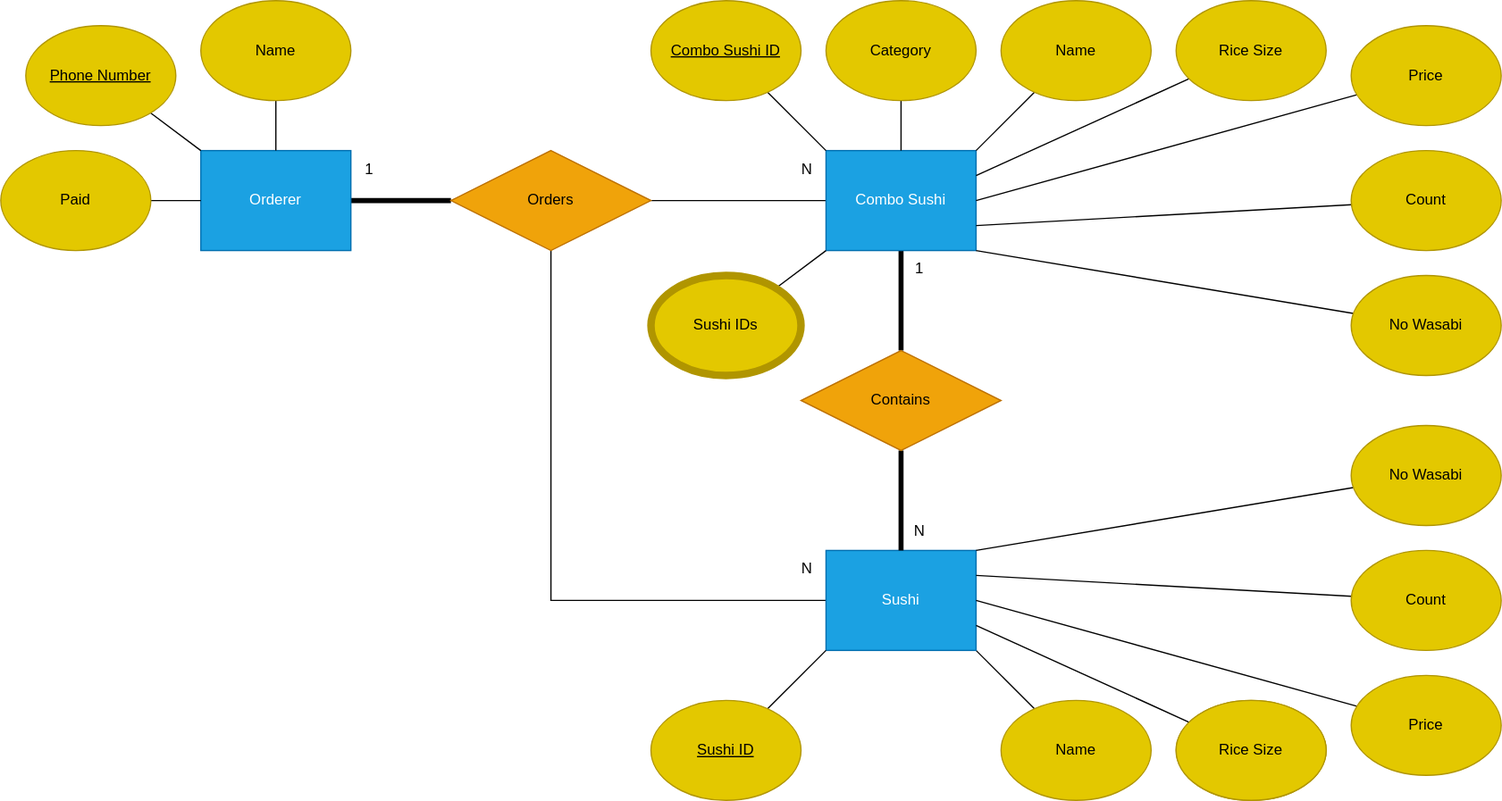
Earlier version of the draw.io export tasks/db_modelling_1/diagram_2.svg (MrSung/praha_challenge). Source tidied: cells renumbered, new cells last; positions are measured from the earlier drawing's top-left corner, leaving out a move shared by most shapes.
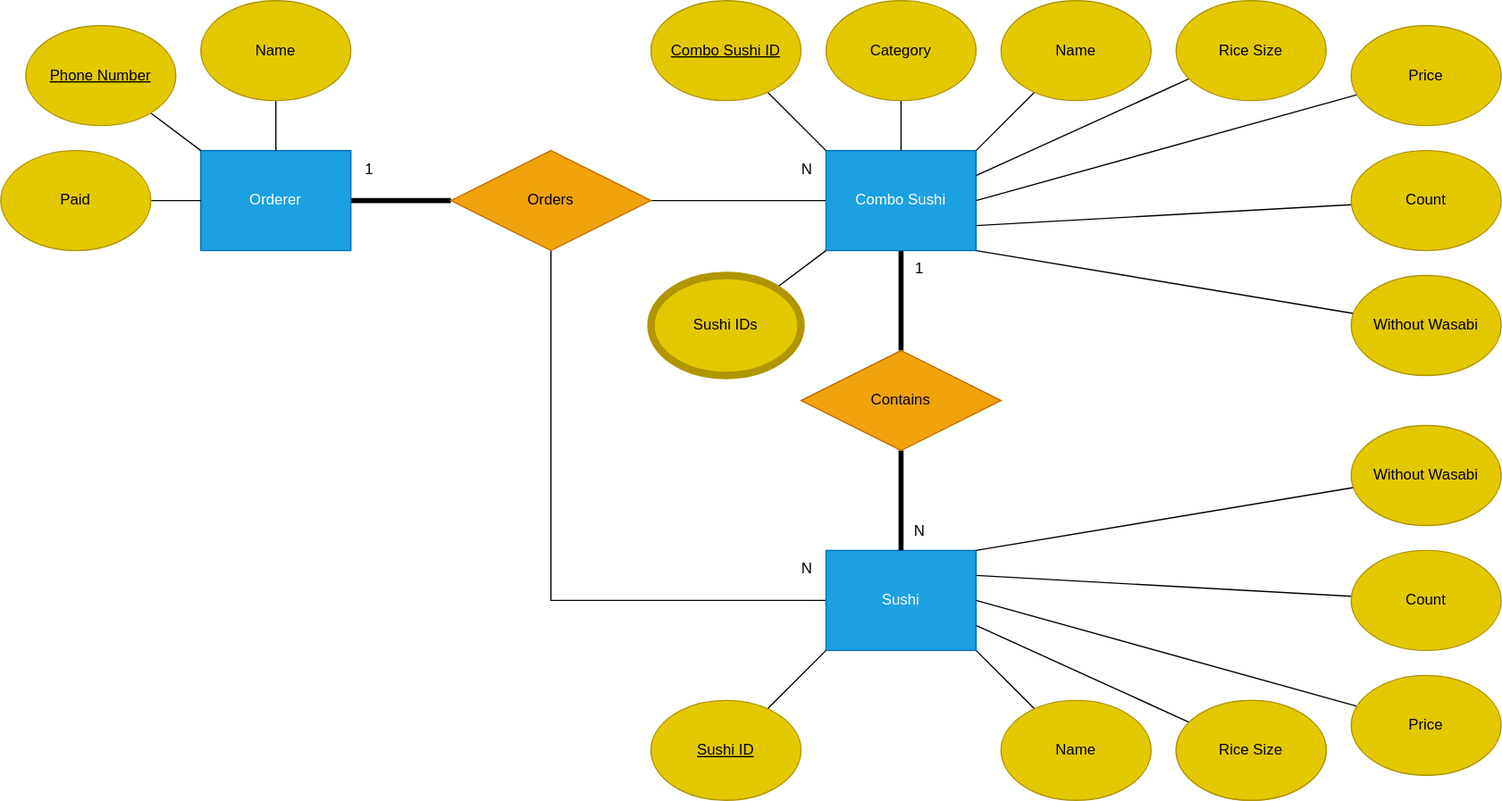
The same diagram one commit later.

What changed in the source:
```diff
@@ -105,7 +105,7 @@
     <mxCell id="34" style="edgeStyle=none;rounded=0;jumpStyle=line;jumpSize=16;html=1;endArrow=none;endFill=0;strokeWidth=1;entryX=1;entryY=1;entryDx=0;entryDy=0;" parent="1" edge="1" source="35" target="14">
       <mxGeometry relative="1" as="geometry" />
     </mxCell>
-    <mxCell id="35" value="No Wasabi" style="ellipse;whiteSpace=wrap;html=1;fillColor=#e3c800;fontColor=#000000;strokeColor=#B09500;" parent="1" vertex="1">
+    <mxCell id="35" value="Without Wasabi" style="ellipse;whiteSpace=wrap;html=1;fillColor=#e3c800;fontColor=#000000;strokeColor=#B09500;" parent="1" vertex="1">
       <mxGeometry x="1080" y="220" width="120" height="80" as="geometry" />
     </mxCell>
     <mxCell id="36" style="edgeStyle=none;rounded=0;jumpStyle=line;jumpSize=16;html=1;endArrow=none;endFill=0;strokeWidth=1;exitX=1;exitY=0.25;exitDx=0;exitDy=0;" parent="1" edge="1" source="18" target="39">
@@ -114,7 +114,7 @@
     <mxCell id="37" style="edgeStyle=none;rounded=0;jumpStyle=line;jumpSize=16;html=1;endArrow=none;endFill=0;strokeWidth=1;entryX=1;entryY=0;entryDx=0;entryDy=0;" parent="1" edge="1" source="38" target="18">
       <mxGeometry relative="1" as="geometry" />
     </mxCell>
-    <mxCell id="38" value="No Wasabi" style="ellipse;whiteSpace=wrap;html=1;fillColor=#e3c800;fontColor=#000000;strokeColor=#B09500;" parent="1" vertex="1">
+    <mxCell id="38" value="Without Wasabi" style="ellipse;whiteSpace=wrap;html=1;fillColor=#e3c800;fontColor=#000000;strokeColor=#B09500;" parent="1" vertex="1">
       <mxGeometry x="1080" y="340" width="120" height="80" as="geometry" />
     </mxCell>
     <mxCell id="39" value="Count" style="ellipse;whiteSpace=wrap;html=1;fillColor=#e3c800;fontColor=#000000;strokeColor=#B09500;" parent="1" vertex="1">
```
